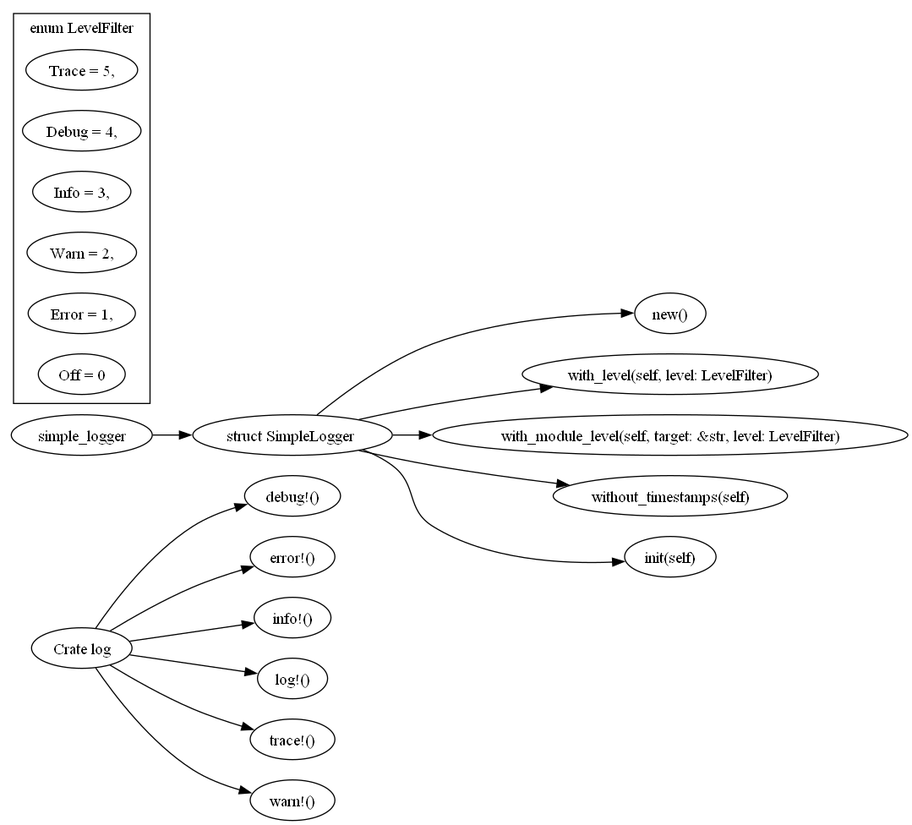
softtiny/proxy.rs keeps this Graphviz diagram as docs/deps/log.a.png. Above is the earlier version. Its source is kept beside it as docs/deps/log.a.dot. The source it was exported from:
```dot
digraph {
    graph [
        rankdir=LR,
    ]
    "log" [label="Crate log"]
    "simple_logger" [label="simple_logger"]
    "SimpleLogger" [label="struct SimpleLogger "]
    "log" -> "debug!()"
    "log" -> "error!()"
    "log" -> "info!()"
    "log" -> "log!()"
    "log" -> "trace!()"
    "log" -> "warn!()"
    "simple_logger" -> "SimpleLogger"
    "SimpleLogger" -> "new()"
    "SimpleLogger" -> "with_level(self, level: LevelFilter)"
    "SimpleLogger" -> "with_module_level(self, target: &str, level: LevelFilter)"
    "SimpleLogger" -> "without_timestamps(self)"
    "SimpleLogger" -> "init(self)"
    subgraph cluster_level{
        "Off = 0"
        "Error = 1,"
        "Warn = 2,"
        "Info = 3,"
        "Debug = 4,"
        "Trace = 5,"
        label="enum LevelFilter"
    }
}
```
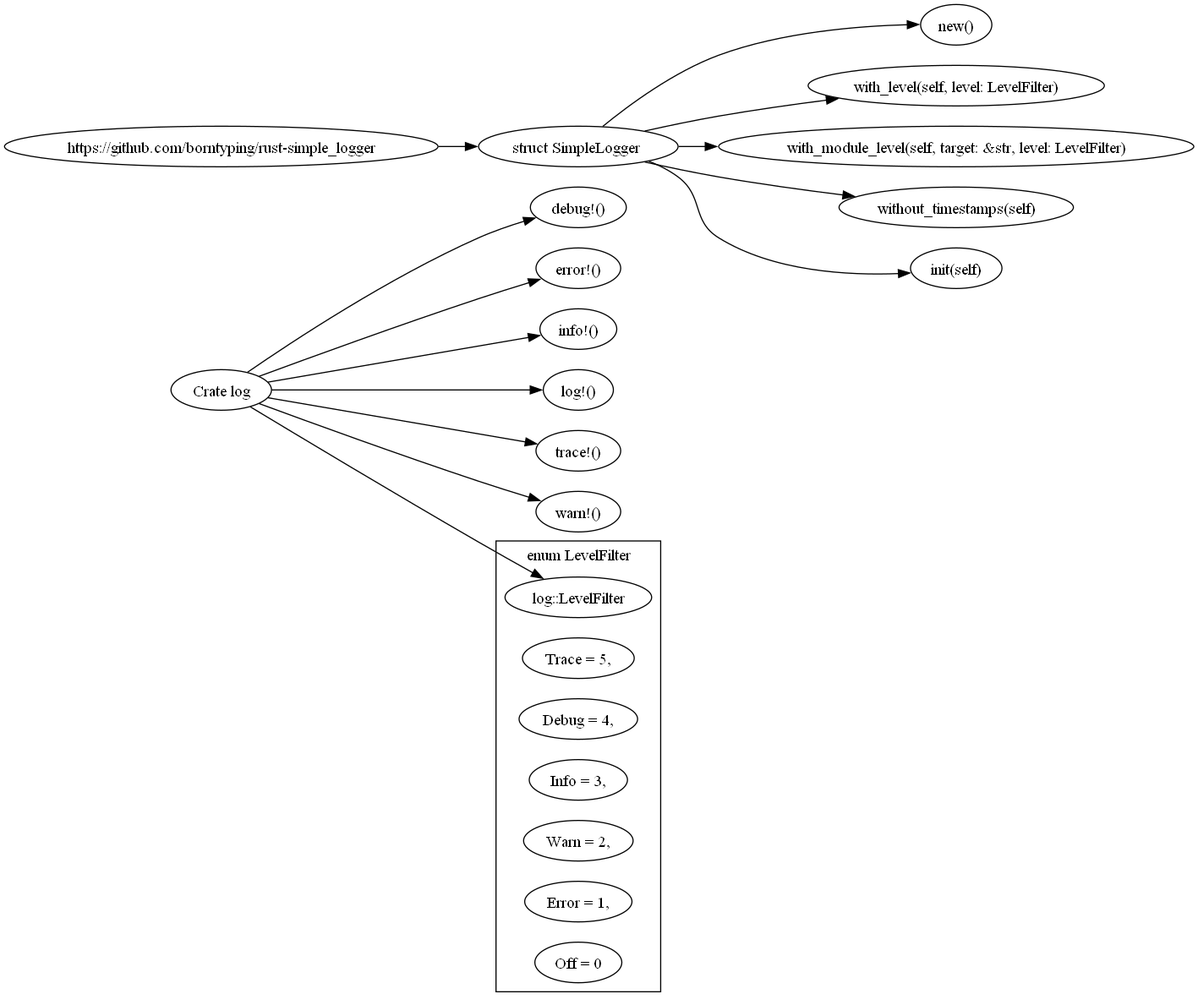
After the commit.

The edit, as a diff of the source:
```diff
@@ -3,7 +3,7 @@
         rankdir=LR,
     ]
     "log" [label="Crate log"]
-    "simple_logger" [label="simple_logger"]
+    "simple_logger" [label="https://github.com/borntyping/rust-simple_logger"]
     "SimpleLogger" [label="struct SimpleLogger "]
     "log" -> "debug!()"
     "log" -> "error!()"
@@ -24,6 +24,8 @@
         "Info = 3,"
         "Debug = 4,"
         "Trace = 5,"
+        "LevelFilter" [label="log::LevelFilter"]
         label="enum LevelFilter"
     }
+    "log" -> "LevelFilter"
 }
```
